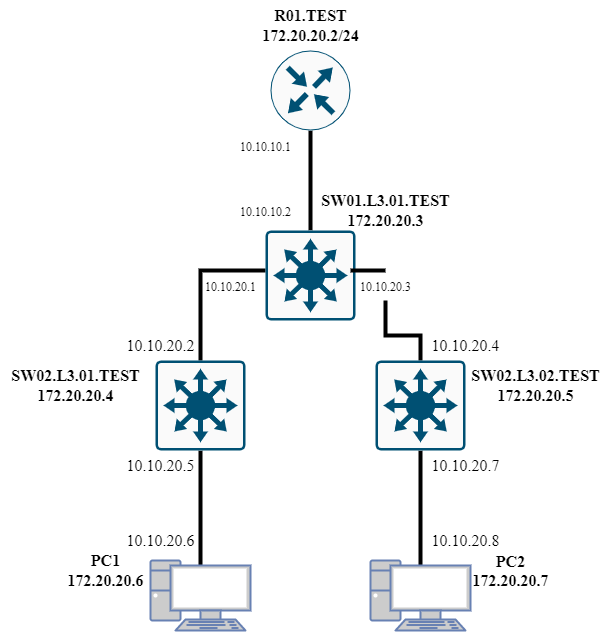
Above: lab1/1_lab_scheme.png in DimbikeY/2022_2023-introduction_in_routing-k33212_dolmatov_d_a (draw.io), before the change. Source tidied: cells renumbered, new cells last; positions are measured from the earlier drawing's top-left corner, leaving out a move shared by most shapes.
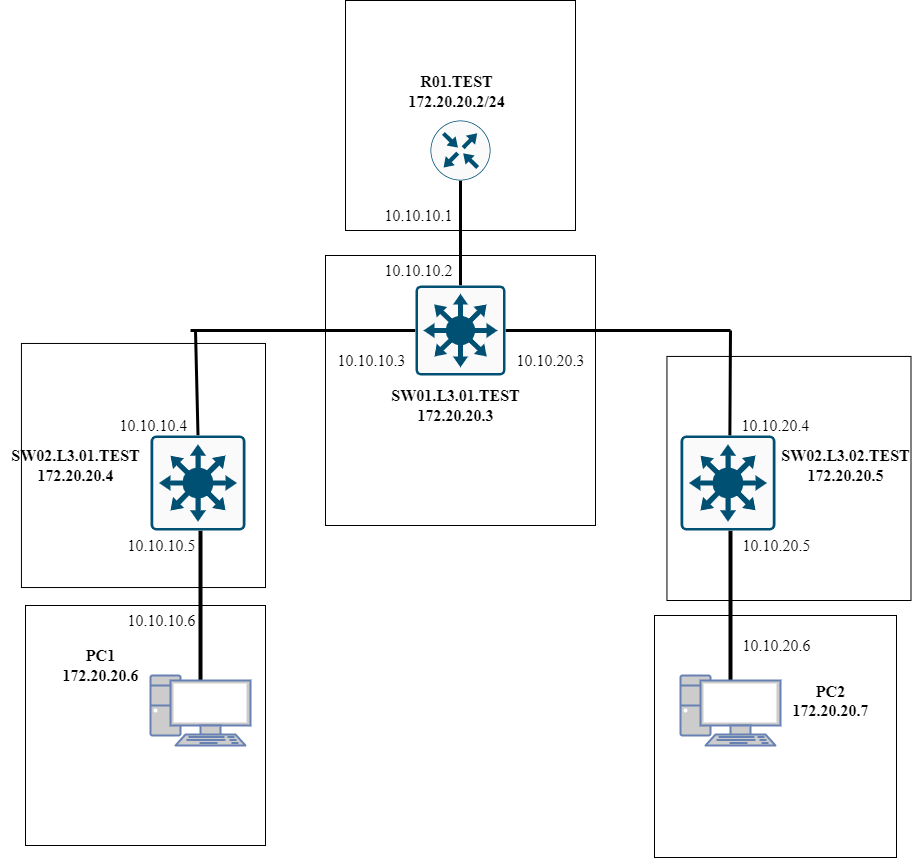
The same diagram one commit later.

What changed in the source:
```diff
@@ -2,103 +2,122 @@
   <root>
     <mxCell id="0" />
     <mxCell id="1" parent="0" />
-    <mxCell id="2" style="edgeStyle=orthogonalEdgeStyle;rounded=0;orthogonalLoop=1;jettySize=auto;html=1;entryX=0.5;entryY=0;entryDx=0;entryDy=0;endArrow=none;endFill=0;strokeWidth=4;" parent="1" edge="1">
-      <mxGeometry relative="1" as="geometry">
-        <mxPoint x="310" y="130" as="sourcePoint" />
-        <mxPoint x="310" y="230" as="targetPoint" />
-      </mxGeometry>
-    </mxCell>
-    <mxCell id="3" style="edgeStyle=orthogonalEdgeStyle;rounded=0;orthogonalLoop=1;jettySize=auto;html=1;strokeWidth=4;endArrow=none;endFill=0;entryX=0.5;entryY=0;entryDx=0;entryDy=0;" parent="1" edge="1">
-      <mxGeometry relative="1" as="geometry">
-        <mxPoint x="270" y="270" as="sourcePoint" />
-        <mxPoint x="200" y="370" as="targetPoint" />
-      </mxGeometry>
-    </mxCell>
-    <mxCell id="4" style="edgeStyle=orthogonalEdgeStyle;rounded=0;jettySize=auto;html=1;strokeWidth=4;endArrow=none;endFill=0;entryX=0.5;entryY=0;entryDx=0;entryDy=0;startArrow=none;" parent="1" edge="1" source="28">
-      <mxGeometry relative="1" as="geometry">
-        <mxPoint x="420" y="370" as="targetPoint" />
-      </mxGeometry>
-    </mxCell>
+    <mxCell id="30" style="whiteSpace=wrap;html=1;fontSize=16;" parent="1" vertex="1">
+      <mxGeometry x="-125" y="555" width="240" height="240" as="geometry" />
+    </mxCell>
+    <mxCell id="31" style="whiteSpace=wrap;html=1;fontSize=16;" parent="1" vertex="1">
+      <mxGeometry x="-129.1" y="293" width="244.1" height="244.1" as="geometry" />
+    </mxCell>
+    <mxCell id="32" style="whiteSpace=wrap;html=1;fontSize=16;" parent="1" vertex="1">
+      <mxGeometry x="504" y="565" width="242" height="242" as="geometry" />
+    </mxCell>
+    <mxCell id="33" style="whiteSpace=wrap;html=1;fontSize=16;" parent="1" vertex="1">
+      <mxGeometry x="516.4" y="305.9" width="244.1" height="244.1" as="geometry" />
+    </mxCell>
+    <mxCell id="34" style="whiteSpace=wrap;html=1;fontSize=12;" parent="1" vertex="1">
+      <mxGeometry x="175" y="205" width="270" height="270" as="geometry" />
+    </mxCell>
+    <mxCell id="35" style="whiteSpace=wrap;html=1;" parent="1" vertex="1">
+      <mxGeometry x="195" y="-50" width="230" height="230" as="geometry" />
+    </mxCell>
     <mxCell id="5" style="edgeStyle=orthogonalEdgeStyle;rounded=0;jettySize=auto;html=1;entryX=0.5;entryY=0.07;entryDx=0;entryDy=0;entryPerimeter=0;strokeWidth=4;endArrow=none;endFill=0;" parent="1" edge="1" target="7">
       <mxGeometry relative="1" as="geometry">
-        <mxPoint x="200" y="450" as="sourcePoint" />
+        <mxPoint x="50" y="480" as="sourcePoint" />
       </mxGeometry>
     </mxCell>
     <mxCell id="6" style="edgeStyle=orthogonalEdgeStyle;rounded=0;jettySize=auto;html=1;entryX=0.5;entryY=0.07;entryDx=0;entryDy=0;entryPerimeter=0;strokeWidth=4;endArrow=none;endFill=0;" parent="1" edge="1" target="8">
       <mxGeometry relative="1" as="geometry">
-        <mxPoint x="420" y="450" as="sourcePoint" />
+        <mxPoint x="580" y="480" as="sourcePoint" />
       </mxGeometry>
     </mxCell>
     <mxCell id="7" style="fontColor=#0066CC;verticalAlign=top;verticalLabelPosition=bottom;labelPosition=center;align=center;html=1;outlineConnect=0;fillColor=#CCCCCC;strokeColor=#6881B3;gradientColor=none;gradientDirection=north;strokeWidth=2;shape=mxgraph.networks.pc;" parent="1" vertex="1">
-      <mxGeometry x="150" y="560" width="100" height="70" as="geometry" />
+      <mxGeometry y="625" width="100" height="70" as="geometry" />
     </mxCell>
     <mxCell id="8" style="fontColor=#0066CC;verticalAlign=top;verticalLabelPosition=bottom;labelPosition=center;align=center;html=1;outlineConnect=0;fillColor=#CCCCCC;strokeColor=#6881B3;gradientColor=none;gradientDirection=north;strokeWidth=2;shape=mxgraph.networks.pc;" parent="1" vertex="1">
-      <mxGeometry x="370" y="560" width="100" height="70" as="geometry" />
+      <mxGeometry x="530" y="625" width="100" height="70" as="geometry" />
     </mxCell>
-    <mxCell id="9" value="&lt;font face=&quot;Times New Roman&quot; style=&quot;font-size: 16px;&quot;&gt;&lt;b&gt;R01.TEST&lt;br&gt;172.20.20.2/24&lt;br&gt;&lt;/b&gt;&lt;/font&gt;" style="text;html=1;align=center;verticalAlign=middle;strokeColor=none;fillColor=none;" parent="1" vertex="1">
-      <mxGeometry x="250" width="120" height="50" as="geometry" />
+    <mxCell id="9" value="&lt;font face=&quot;Times New Roman&quot; style=&quot;&quot;&gt;&lt;b style=&quot;font-size: 16px;&quot;&gt;&lt;font style=&quot;font-size: 16px;&quot;&gt;R01.TEST&lt;br&gt;172.20.20.2/24&lt;/font&gt;&lt;br&gt;&lt;/b&gt;&lt;/font&gt;" style="text;html=1;align=center;verticalAlign=middle;strokeColor=none;fillColor=none;" parent="1" vertex="1">
+      <mxGeometry x="246" y="11" width="120" height="60" as="geometry" />
     </mxCell>
     <mxCell id="10" value="&lt;b&gt;SW01.L3.01.TEST&lt;br&gt;172.20.20.3&lt;br&gt;&lt;/b&gt;" style="text;html=1;align=center;verticalAlign=middle;strokeColor=none;fillColor=none;fontSize=16;fontFamily=Times New Roman;" parent="1" vertex="1">
-      <mxGeometry x="310" y="185" width="150" height="50" as="geometry" />
+      <mxGeometry x="230" y="330" width="150" height="50" as="geometry" />
     </mxCell>
     <mxCell id="11" value="&lt;b&gt;SW02.L3.02.TEST&lt;br&gt;172.20.20.5&lt;br&gt;&lt;/b&gt;" style="text;html=1;align=center;verticalAlign=middle;strokeColor=none;fillColor=none;fontSize=16;fontFamily=Times New Roman;" parent="1" vertex="1">
-      <mxGeometry x="460" y="360" width="150" height="50" as="geometry" />
+      <mxGeometry x="620" y="390" width="150" height="50" as="geometry" />
     </mxCell>
     <mxCell id="12" value="&lt;b style=&quot;border-color: var(--border-color);&quot;&gt;SW02.L3.01.TEST&lt;br&gt;172.20.20.4&lt;br&gt;&lt;/b&gt;" style="text;html=1;align=center;verticalAlign=middle;strokeColor=none;fillColor=none;fontSize=16;fontFamily=Times New Roman;" parent="1" vertex="1">
-      <mxGeometry y="360" width="150" height="50" as="geometry" />
+      <mxGeometry x="-150" y="390" width="150" height="50" as="geometry" />
     </mxCell>
     <mxCell id="13" value="&lt;b&gt;PC2&lt;br&gt;172.20.20.7&lt;br&gt;&lt;br&gt;&lt;/b&gt;" style="text;html=1;align=center;verticalAlign=middle;strokeColor=none;fillColor=none;fontSize=16;fontFamily=Times New Roman;" parent="1" vertex="1">
-      <mxGeometry x="460" y="545" width="100" height="70" as="geometry" />
+      <mxGeometry x="630" y="625" width="100" height="70" as="geometry" />
     </mxCell>
     <mxCell id="14" value="&lt;b style=&quot;border-color: var(--border-color);&quot;&gt;PC1&lt;br&gt;172.20.20.6&lt;br&gt;&lt;/b&gt;" style="text;html=1;align=center;verticalAlign=middle;strokeColor=none;fillColor=none;fontSize=16;fontFamily=Times New Roman;" parent="1" vertex="1">
-      <mxGeometry x="55" y="545" width="100" height="50" as="geometry" />
+      <mxGeometry x="-100" y="590" width="100" height="50" as="geometry" />
     </mxCell>
+    <mxCell id="36" style="rounded=0;jettySize=auto;html=1;exitX=0.5;exitY=1;exitDx=0;exitDy=0;exitPerimeter=0;entryX=0.5;entryY=0;entryDx=0;entryDy=0;entryPerimeter=0;fontSize=12;endSize=8;endArrow=none;endFill=0;startSize=8;jumpSize=13;strokeWidth=3;" parent="1" edge="1" source="15" target="16">
+      <mxGeometry relative="1" as="geometry" />
+    </mxCell>
     <mxCell id="15" style="sketch=0;points=[[0.5,0,0],[1,0.5,0],[0.5,1,0],[0,0.5,0],[0.145,0.145,0],[0.8555,0.145,0],[0.855,0.8555,0],[0.145,0.855,0]];verticalLabelPosition=bottom;html=1;verticalAlign=top;align=center;shape=mxgraph.cisco19.rect;prIcon=router;fillColor=#FAFAFA;strokeColor=#005073;fontFamily=Times New Roman;fontSize=16;" parent="1" vertex="1">
-      <mxGeometry x="270" y="50" width="80" height="80" as="geometry" />
+      <mxGeometry x="280" y="70" width="60" height="60" as="geometry" />
     </mxCell>
+    <mxCell id="37" style="edgeStyle=none;rounded=0;jumpSize=13;jettySize=auto;html=1;strokeWidth=3;fontSize=16;endArrow=none;endFill=0;startSize=8;endSize=8;" parent="1" edge="1" source="16">
+      <mxGeometry relative="1" as="geometry">
+        <mxPoint x="580" y="280" as="targetPoint" />
+      </mxGeometry>
+    </mxCell>
+    <mxCell id="38" style="edgeStyle=none;rounded=0;jumpSize=13;jettySize=auto;html=1;strokeWidth=3;fontSize=16;endArrow=none;endFill=0;startSize=8;endSize=8;" parent="1" edge="1" source="16">
+      <mxGeometry relative="1" as="geometry">
+        <mxPoint x="40" y="280" as="targetPoint" />
+      </mxGeometry>
+    </mxCell>
     <mxCell id="16" style="sketch=0;points=[[0.015,0.015,0],[0.985,0.015,0],[0.985,0.985,0],[0.015,0.985,0],[0.25,0,0],[0.5,0,0],[0.75,0,0],[1,0.25,0],[1,0.5,0],[1,0.75,0],[0.75,1,0],[0.5,1,0],[0.25,1,0],[0,0.75,0],[0,0.5,0],[0,0.25,0]];verticalLabelPosition=bottom;html=1;verticalAlign=top;align=center;shape=mxgraph.cisco19.rect;prIcon=l3_switch;fillColor=#FAFAFA;strokeColor=#005073;fontFamily=Times New Roman;fontSize=16;" parent="1" vertex="1">
-      <mxGeometry x="265" y="230" width="90" height="90" as="geometry" />
+      <mxGeometry x="265" y="235" width="90" height="90" as="geometry" />
     </mxCell>
+    <mxCell id="39" style="edgeStyle=none;rounded=0;jumpSize=13;jettySize=auto;html=1;exitX=0.5;exitY=0;exitDx=0;exitDy=0;exitPerimeter=0;strokeWidth=3;fontSize=16;endArrow=none;endFill=0;startSize=8;endSize=8;" parent="1" edge="1" source="17">
+      <mxGeometry relative="1" as="geometry">
+        <mxPoint x="45" y="280" as="targetPoint" />
+      </mxGeometry>
+    </mxCell>
     <mxCell id="17" style="sketch=0;points=[[0.015,0.015,0],[0.985,0.015,0],[0.985,0.985,0],[0.015,0.985,0],[0.25,0,0],[0.5,0,0],[0.75,0,0],[1,0.25,0],[1,0.5,0],[1,0.75,0],[0.75,1,0],[0.5,1,0],[0.25,1,0],[0,0.75,0],[0,0.5,0],[0,0.25,0]];verticalLabelPosition=bottom;html=1;verticalAlign=top;align=center;shape=mxgraph.cisco19.rect;prIcon=l3_switch;fillColor=#FAFAFA;strokeColor=#005073;fontFamily=Times New Roman;fontSize=16;" parent="1" vertex="1">
-      <mxGeometry x="155" y="360" width="90" height="90" as="geometry" />
+      <mxGeometry y="385" width="95" height="95" as="geometry" />
     </mxCell>
-    <mxCell id="18" style="sketch=0;verticalLabelPosition=bottom;html=1;verticalAlign=top;align=center;shape=mxgraph.cisco19.rect;prIcon=l3_switch;fillColor=#FAFAFA;strokeColor=#005073;fontFamily=Times New Roman;fontSize=16;" parent="1" vertex="1">
-      <mxGeometry x="375" y="360" width="90" height="90" as="geometry" />
-    </mxCell>
-    <mxCell id="19" value="&lt;font style=&quot;font-size: 12px;&quot;&gt;10.10.10.2&lt;/font&gt;" style="text;html=1;align=center;verticalAlign=middle;strokeColor=none;fillColor=none;fontSize=16;fontFamily=Times New Roman;" parent="1" vertex="1">
-      <mxGeometry x="230" y="195" width="70" height="30" as="geometry" />
+    <mxCell id="19" value="10.10.10.2" style="text;html=1;align=center;verticalAlign=middle;strokeColor=none;fillColor=none;fontSize=16;fontFamily=Times New Roman;" parent="1" vertex="1">
+      <mxGeometry x="222.5" y="205" width="90" height="30" as="geometry" />
     </mxCell>
-    <mxCell id="20" value="&lt;font style=&quot;font-size: 12px;&quot;&gt;10.10.10.1&lt;/font&gt;" style="text;html=1;align=center;verticalAlign=middle;strokeColor=none;fillColor=none;fontSize=16;fontFamily=Times New Roman;" parent="1" vertex="1">
-      <mxGeometry x="230" y="130" width="70" height="30" as="geometry" />
-    </mxCell>
-    <mxCell id="21" value="&lt;font style=&quot;font-size: 12px;&quot;&gt;10.10.20.1&lt;/font&gt;" style="text;html=1;align=center;verticalAlign=middle;strokeColor=none;fillColor=none;fontSize=16;fontFamily=Times New Roman;" parent="1" vertex="1">
-      <mxGeometry x="195" y="270" width="70" height="30" as="geometry" />
+    <mxCell id="21" value="10.10.10.3" style="text;html=1;align=center;verticalAlign=middle;strokeColor=none;fillColor=none;fontSize=16;fontFamily=Times New Roman;" parent="1" vertex="1">
+      <mxGeometry x="168" y="295" width="105" height="30" as="geometry" />
     </mxCell>
+    <mxCell id="28" value="10.10.20.3" style="text;html=1;align=center;verticalAlign=middle;points=[];strokeColor=none;fillColor=none;fontSize=16;fontFamily=Times New Roman;" parent="1" vertex="1">
+      <mxGeometry x="355" y="295" width="90" height="30" as="geometry" />
+    </mxCell>
-    <mxCell id="22" value="10.10.20.2" style="text;html=1;align=center;verticalAlign=middle;strokeColor=none;fillColor=none;fontSize=16;fontFamily=Times New Roman;" parent="1" vertex="1">
-      <mxGeometry x="115" y="330" width="90" height="30" as="geometry" />
+    <mxCell id="22" value="10.10.10.4" style="text;html=1;align=center;verticalAlign=middle;strokeColor=none;fillColor=none;fontSize=16;fontFamily=Times New Roman;" parent="1" vertex="1">
+      <mxGeometry x="-50" y="360" width="105" height="30" as="geometry" />
     </mxCell>
     <mxCell id="23" value="10.10.20.4" style="text;html=1;align=center;verticalAlign=middle;points=[];strokeColor=none;fillColor=none;fontSize=16;fontFamily=Times New Roman;" parent="1" vertex="1">
-      <mxGeometry x="420" y="330" width="90" height="30" as="geometry" />
+      <mxGeometry x="580" y="360" width="90" height="30" as="geometry" />
     </mxCell>
-    <mxCell id="24" value="10.10.20.5" style="text;html=1;align=center;verticalAlign=middle;strokeColor=none;fillColor=none;fontSize=16;fontFamily=Times New Roman;" parent="1" vertex="1">
-      <mxGeometry x="115" y="450" width="90" height="30" as="geometry" />
+    <mxCell id="24" value="10.10.10.5" style="text;html=1;align=center;verticalAlign=middle;strokeColor=none;fillColor=none;fontSize=16;fontFamily=Times New Roman;" parent="1" vertex="1">
+      <mxGeometry x="-42" y="480" width="105" height="30" as="geometry" />
     </mxCell>
-    <mxCell id="25" value="10.10.20.6" style="text;html=1;align=center;verticalAlign=middle;strokeColor=none;fillColor=none;fontSize=16;fontFamily=Times New Roman;" parent="1" vertex="1">
-      <mxGeometry x="115" y="525" width="90" height="30" as="geometry" />
+    <mxCell id="25" value="10.10.10.6" style="text;html=1;align=center;verticalAlign=middle;strokeColor=none;fillColor=none;fontSize=16;fontFamily=Times New Roman;" parent="1" vertex="1">
+      <mxGeometry x="-42" y="555" width="105" height="30" as="geometry" />
     </mxCell>
-    <mxCell id="26" value="10.10.20.7" style="text;html=1;align=center;verticalAlign=middle;strokeColor=none;fillColor=none;fontSize=16;fontFamily=Times New Roman;" parent="1" vertex="1">
-      <mxGeometry x="420" y="450" width="90" height="30" as="geometry" />
+    <mxCell id="26" value="10.10.20.5" style="text;html=1;align=center;verticalAlign=middle;strokeColor=none;fillColor=none;fontSize=16;fontFamily=Times New Roman;" parent="1" vertex="1">
+      <mxGeometry x="573" y="480" width="105" height="30" as="geometry" />
     </mxCell>
-    <mxCell id="27" value="10.10.20.8" style="text;html=1;align=center;verticalAlign=middle;strokeColor=none;fillColor=none;fontSize=16;fontFamily=Times New Roman;" parent="1" vertex="1">
-      <mxGeometry x="420" y="525" width="90" height="30" as="geometry" />
+    <mxCell id="27" value="10.10.20.6" style="text;html=1;align=center;verticalAlign=middle;strokeColor=none;fillColor=none;fontSize=16;fontFamily=Times New Roman;" parent="1" vertex="1">
+      <mxGeometry x="573" y="580" width="105" height="30" as="geometry" />
     </mxCell>
-    <mxCell id="28" value="&lt;font style=&quot;font-size: 12px;&quot;&gt;10.10.20.3&lt;/font&gt;" style="text;html=1;align=center;verticalAlign=middle;points=[];strokeColor=none;fillColor=none;fontSize=16;fontFamily=Times New Roman;" parent="1" vertex="1">
-      <mxGeometry x="350" y="270" width="70" height="30" as="geometry" />
-    </mxCell>
-    <mxCell id="29" style="edgeStyle=orthogonalEdgeStyle;rounded=0;jettySize=auto;html=1;strokeWidth=4;endArrow=none;endFill=0;entryX=0.5;entryY=0;entryDx=0;entryDy=0;" parent="1" edge="1" target="28">
-      <mxGeometry relative="1" as="geometry">
-        <mxPoint x="350" y="270" as="sourcePoint" />
-      </mxGeometry>
-    </mxCell>
+    <mxCell id="20" value="&lt;font style=&quot;font-size: 16px;&quot;&gt;10.10.10.1&lt;/font&gt;" style="text;html=1;align=center;verticalAlign=middle;strokeColor=none;fillColor=none;fontSize=16;fontFamily=Times New Roman;" parent="1" vertex="1">
+      <mxGeometry x="215" y="150" width="105" height="30" as="geometry" />
+    </mxCell>
+    <mxCell id="40" style="endArrow=none;html=1;rounded=0;strokeWidth=3;fontSize=16;startSize=8;endSize=8;jumpSize=13;exitX=-0.007;exitY=0.844;exitDx=0;exitDy=0;exitPerimeter=0;" parent="1" edge="1" source="23">
+      <mxGeometry relative="1" as="geometry">
+        <mxPoint x="580" y="280" as="targetPoint" />
+      </mxGeometry>
+    </mxCell>
+    <mxCell id="41" style="sketch=0;verticalLabelPosition=bottom;html=1;verticalAlign=top;align=center;shape=mxgraph.cisco19.rect;prIcon=l3_switch;fillColor=#FAFAFA;strokeColor=#005073;fontFamily=Times New Roman;fontSize=16;" parent="1" vertex="1">
+      <mxGeometry x="530" y="385" width="95" height="95" as="geometry" />
+    </mxCell>
   </root>
 </mxGraphModel>
```
